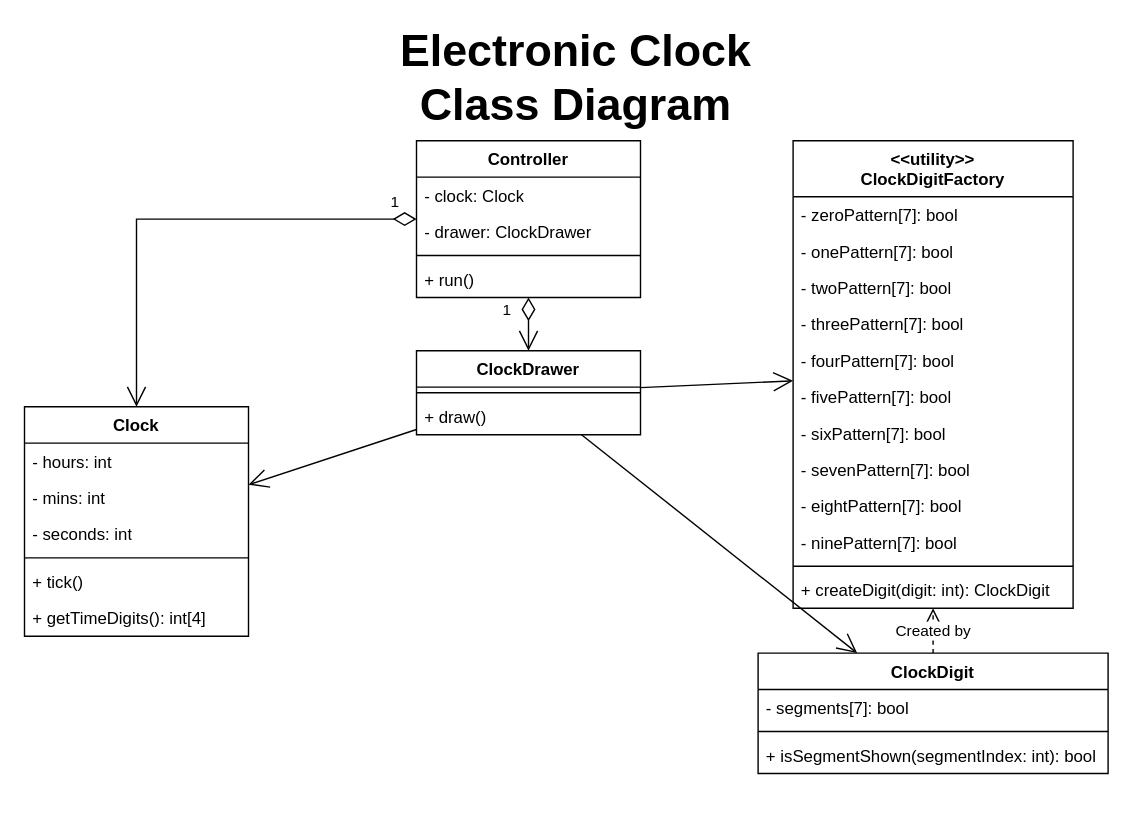
Before: ElectronicClock/uml-classes.drawio in ZipS1/ElectronicClock, a draw.io diagram. Source tidied: cells renumbered, new cells numbered last; positions are measured from the earlier drawing's top-left corner, leaving out a move shared by most shapes. Both pictures are drawn from the tidied source at 140%, with x=0, y=0 at pixel (24, 28).
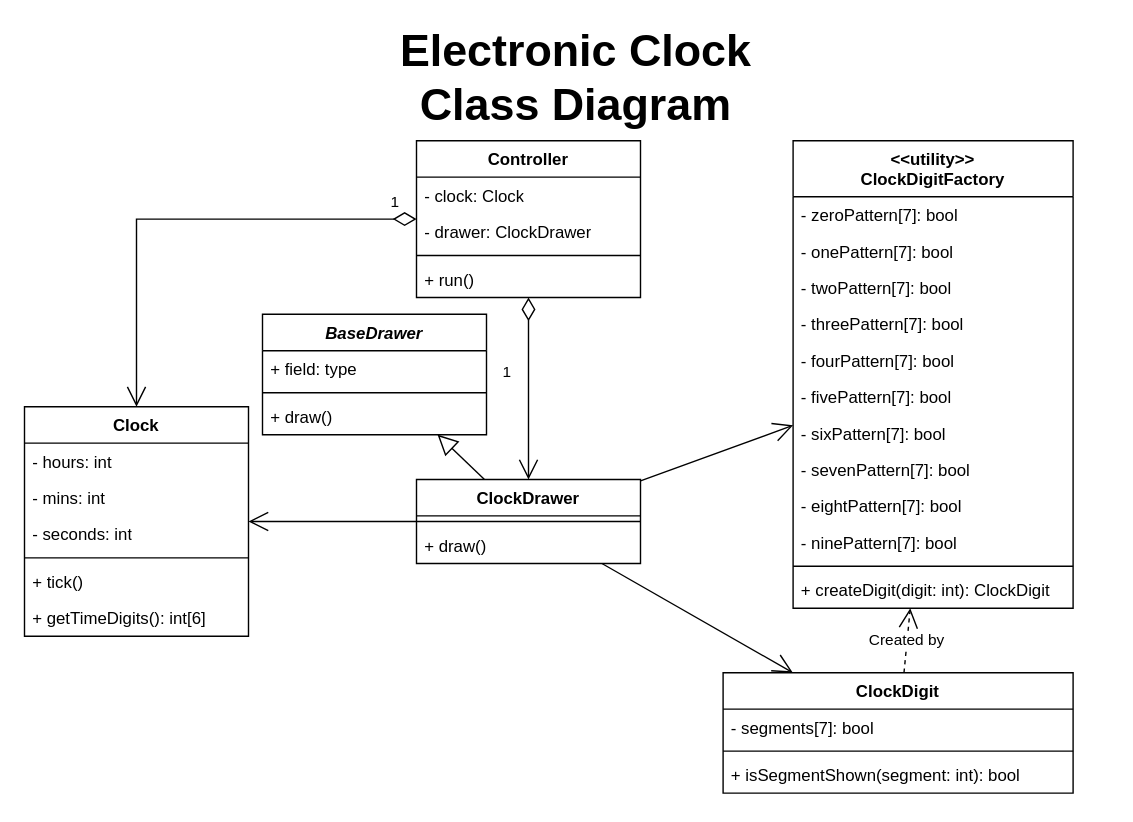
The same page after the edit.

The change refers to these unchanged cells:
```xml
<mxCell id="3" value="Clock" style="swimlane;fontStyle=1;align=center;verticalAlign=top;horizontal=1;startSize=26;whiteSpace=wrap;html=1;" parent="1" vertex="1">
  <mxGeometry y="270" width="160" height="164" as="geometry" />
</mxCell>
```

Diff of the diagram source:
```diff
@@
-    <mxCell id="9" value="+ getTimeDigits(): int[4]" style="text;strokeColor=none;fillColor=none;align=left;verticalAlign=top;spacingLeft=4;spacingRight=4;overflow=hidden;whiteSpace=wrap;html=1;" parent="3" vertex="1">
+    <mxCell id="9" value="+ getTimeDigits(): int[6]" style="text;strokeColor=none;fillColor=none;align=left;verticalAlign=top;spacingLeft=4;spacingRight=4;overflow=hidden;whiteSpace=wrap;html=1;" parent="3" vertex="1">
       <mxGeometry y="138" width="160" height="26" as="geometry" />
     </mxCell>
@@
     <mxCell id="11" value="ClockDrawer" style="swimlane;fontStyle=1;align=center;verticalAlign=top;horizontal=1;startSize=26;whiteSpace=wrap;html=1;" parent="1" vertex="1">
-      <mxGeometry x="280" y="230" width="160" height="60" as="geometry" />
+      <mxGeometry x="280" y="322" width="160" height="60" as="geometry" />
     </mxCell>
@@
     <mxCell id="14" value="ClockDigit" style="swimlane;fontStyle=1;align=center;verticalAlign=top;horizontal=1;startSize=26;whiteSpace=wrap;html=1;" parent="1" vertex="1">
-      <mxGeometry x="524" y="446" width="250" height="86" as="geometry" />
+      <mxGeometry x="499" y="460" width="250" height="86" as="geometry" />
     </mxCell>
@@
-    <mxCell id="17" value="+ isSegmentShown(segmentIndex: int): bool" style="text;strokeColor=none;fillColor=none;align=left;verticalAlign=top;spacingLeft=4;spacingRight=4;overflow=hidden;whiteSpace=wrap;html=1;" parent="14" vertex="1">
+    <mxCell id="17" value="+ isSegmentShown(segment: int): bool" style="text;strokeColor=none;fillColor=none;align=left;verticalAlign=top;spacingLeft=4;spacingRight=4;overflow=hidden;whiteSpace=wrap;html=1;" parent="14" vertex="1">
       <mxGeometry y="60" width="250" height="26" as="geometry" />
     </mxCell>
@@
+    <mxCell id="41" value="&lt;i&gt;BaseDrawer&lt;/i&gt;" style="swimlane;fontStyle=1;align=center;verticalAlign=top;horizontal=1;startSize=26;whiteSpace=wrap;html=1;" parent="1" vertex="1">
+      <mxGeometry x="170" y="204" width="160" height="86" as="geometry" />
+    </mxCell>
+    <mxCell id="42" value="+ field: type" style="text;strokeColor=none;fillColor=none;align=left;verticalAlign=top;spacingLeft=4;spacingRight=4;overflow=hidden;whiteSpace=wrap;html=1;" parent="41" vertex="1">
+      <mxGeometry y="26" width="160" height="26" as="geometry" />
+    </mxCell>
+    <mxCell id="43" style="line;strokeWidth=1;fillColor=none;align=left;verticalAlign=middle;spacingTop=-1;spacingLeft=3;spacingRight=3;labelPosition=right;strokeColor=inherit;" parent="41" vertex="1">
+      <mxGeometry y="52" width="160" height="8" as="geometry" />
+    </mxCell>
+    <mxCell id="44" value="+ draw()" style="text;strokeColor=none;fillColor=none;align=left;verticalAlign=top;spacingLeft=4;spacingRight=4;overflow=hidden;whiteSpace=wrap;html=1;" parent="41" vertex="1">
+      <mxGeometry y="60" width="160" height="26" as="geometry" />
+    </mxCell>
+    <mxCell id="45" style="endArrow=block;endFill=0;endSize=12;html=1;rounded=0;" parent="1" edge="1" source="11" target="41">
+      <mxGeometry relative="1" as="geometry" />
+    </mxCell>
```
